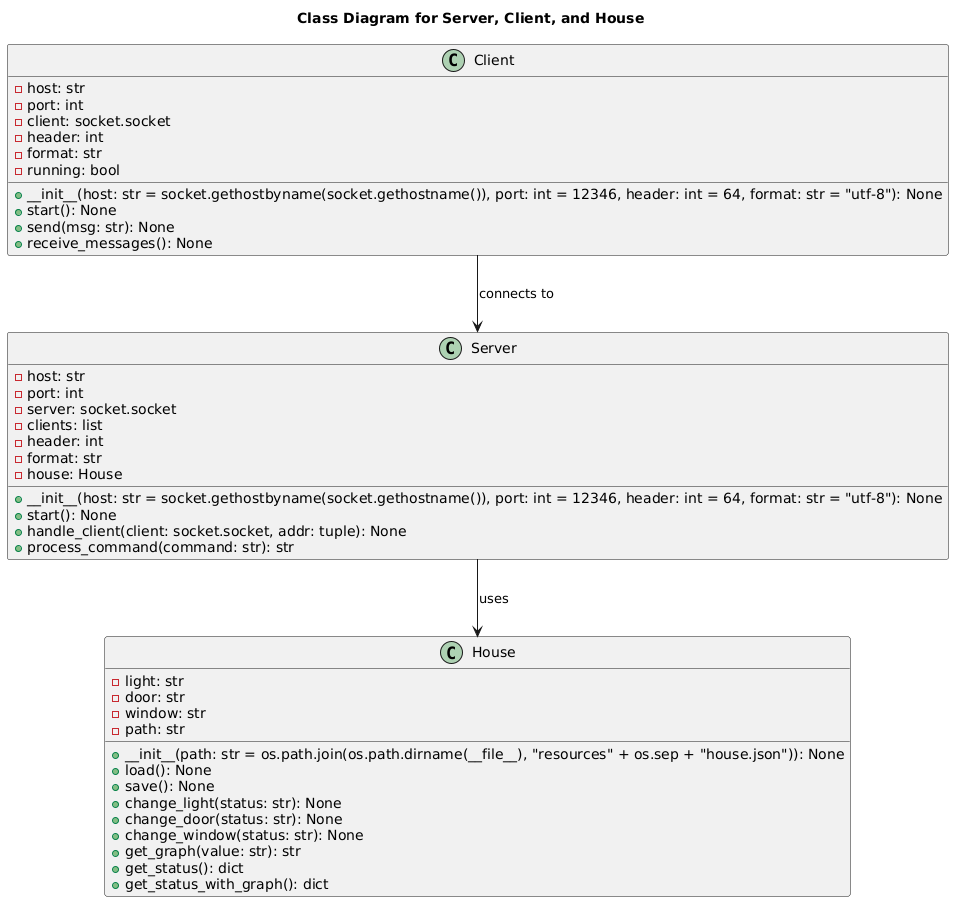
The PlantUML diagram Lab1/classes.png in JwanMardini/Software-Engineering, before a commit.
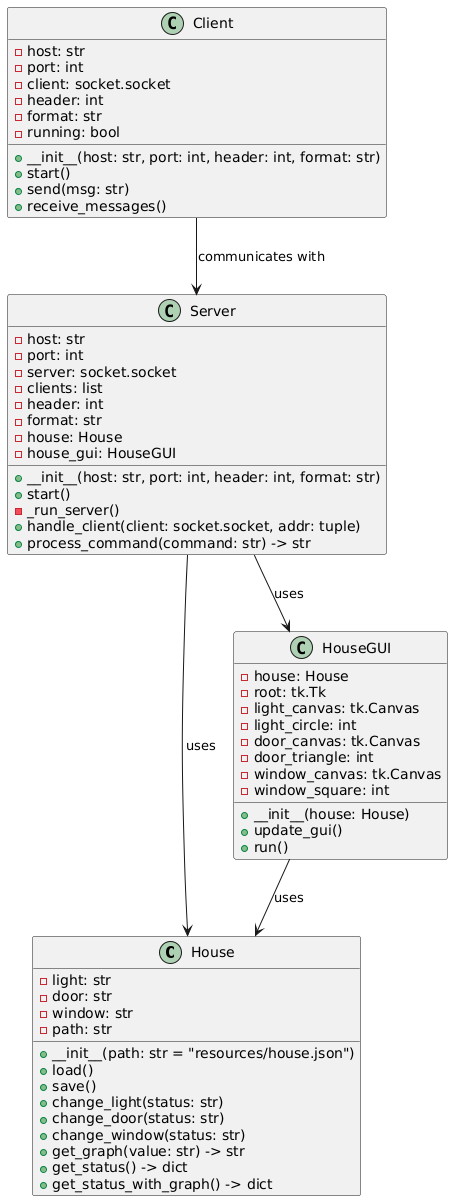
Above is the later version.

Commit message:
Add GUI for house state visualization and integrate with server

Change to the diagram source:
```diff
@@ -1,52 +1,65 @@
 @startuml
-title Class Diagram for Server, Client, and House
+class House {
+    - light: str
+    - door: str
+    - window: str
+    - path: str
+    + __init__(path: str = "resources/house.json")
+    + load()
+    + save()
+    + change_light(status: str)
+    + change_door(status: str)
+    + change_window(status: str)
+    + get_graph(value: str) -> str
+    + get_status() -> dict
+    + get_status_with_graph() -> dict
+}
 
 class Server {
-    -host: str
-    -port: int
-    -server: socket.socket
-    -clients: list
-    -header: int
-    -format: str
-    -house: House
-
-    +__init__(host: str = socket.gethostbyname(socket.gethostname()), port: int = 12346, header: int = 64, format: str = "utf-8"): None
-    +start(): None
-    +handle_client(client: socket.socket, addr: tuple): None
-    +process_command(command: str): str
+    - host: str
+    - port: int
+    - server: socket.socket
+    - clients: list
+    - header: int
+    - format: str
+    - house: House
+    - house_gui: HouseGUI
+    + __init__(host: str, port: int, header: int, format: str)
+    + start()
+    - _run_server()
+    + handle_client(client: socket.socket, addr: tuple)
+    + process_command(command: str) -> str
 }
 
 class Client {
-    -host: str
-    -port: int
-    -client: socket.socket
-    -header: int
-    -format: str
-    -running: bool
-
-    +__init__(host: str = socket.gethostbyname(socket.gethostname()), port: int = 12346, header: int = 64, format: str = "utf-8"): None
-    +start(): None
-    +send(msg: str): None
-    +receive_messages(): None
+    - host: str
+    - port: int
+    - client: socket.socket
+    - header: int
+    - format: str
+    - running: bool
+    + __init__(host: str, port: int, header: int, format: str)
+    + start()
+    + send(msg: str)
+    + receive_messages()
 }
 
-class House {
-    -light: str
-    -door: str
-    -window: str
-    -path: str
-
-    +__init__(path: str = os.path.join(os.path.dirname(__file__), "resources" + os.sep + "house.json")): None
-    +load(): None
-    +save(): None
-    +change_light(status: str): None
-    +change_door(status: str): None
-    +change_window(status: str): None
-    +get_graph(value: str): str
-    +get_status(): dict
-    +get_status_with_graph(): dict
+class HouseGUI {
+    - house: House
+    - root: tk.Tk
+    - light_canvas: tk.Canvas
+    - light_circle: int
+    - door_canvas: tk.Canvas
+    - door_triangle: int
+    - window_canvas: tk.Canvas
+    - window_square: int
+    + __init__(house: House)
+    + update_gui()
+    + run()
 }
 
-Server --> House : "uses"
-Client --> Server : "connects to"
+HouseGUI --> House : uses
+Server --> House : uses
+Server --> HouseGUI : uses
+Client --> Server : communicates with
 @enduml
```
